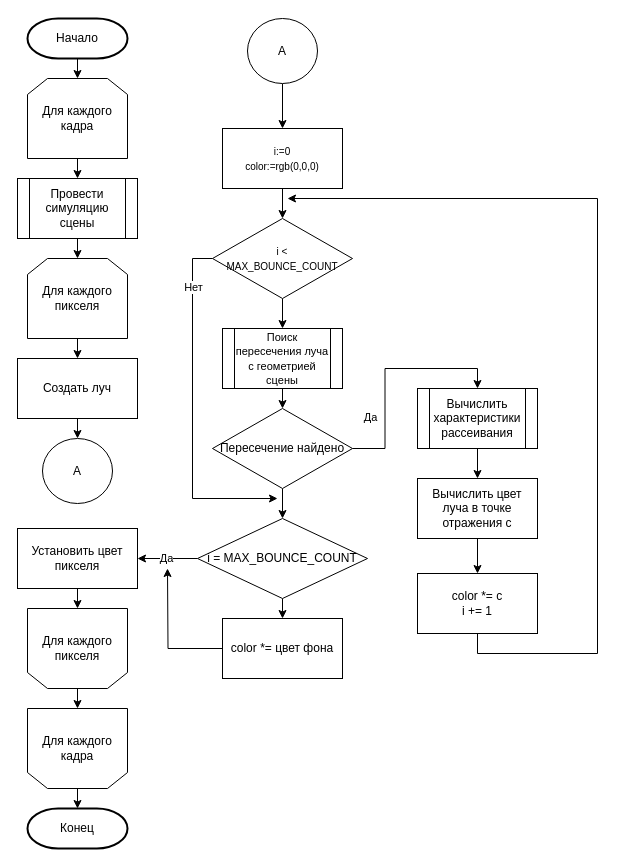
The draw.io diagram docs/inc/app.drawio in Holodome/voxel-water, before the edit. Source tidied: cells renumbered, new cells numbered last; positions are measured from the earlier drawing's top-left corner, leaving out a move shared by most shapes. Both pictures are drawn from the tidied source at 100%, with x=0, y=0 at pixel (17, 18).
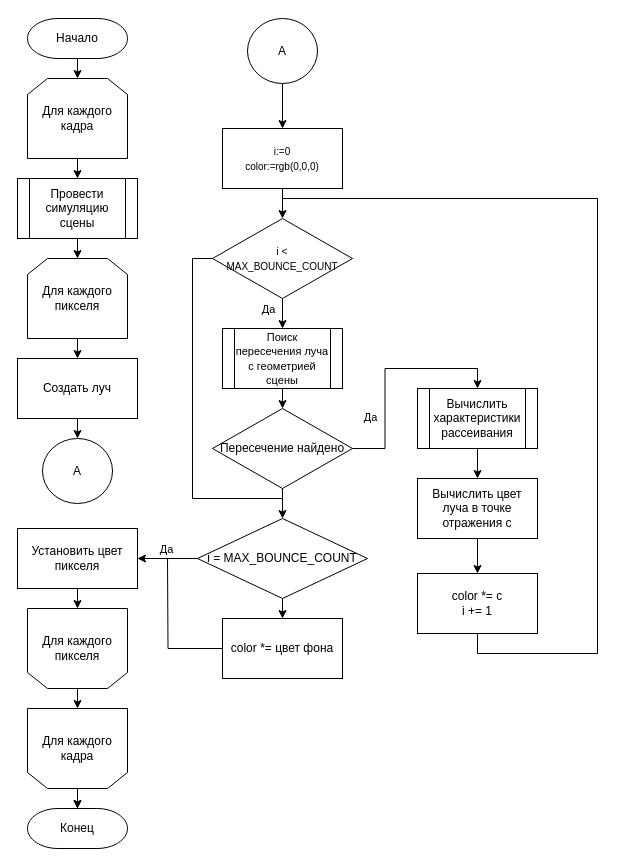
Above is the later version.

The change refers to these unchanged cells:
```xml
<mxCell id="18" value="Для каждого кадра" style="shape=loopLimit;whiteSpace=wrap;html=1;rotation=0;horizontal=1;direction=west;" parent="1" vertex="1">
  <mxGeometry x="10" y="690" width="100" height="80" as="geometry" />
</mxCell>
<mxCell id="35" value="color *= c&lt;br&gt;i += 1" style="rounded=0;whiteSpace=wrap;html=1;" parent="1" vertex="1">
  <mxGeometry x="400" y="555" width="120" height="60" as="geometry" />
</mxCell>
<mxCell id="39" value="&lt;font style=&quot;font-size: 10px;&quot;&gt;i &amp;lt; &lt;br&gt;MAX_BOUNCE_COUNT&lt;/font&gt;" style="rhombus;whiteSpace=wrap;html=1;" parent="1" vertex="1">
  <mxGeometry x="195" y="200" width="140" height="80" as="geometry" />
</mxCell>
<mxCell id="40" style="edgeStyle=orthogonalEdgeStyle;rounded=0;jettySize=auto;html=1;exitX=0;exitY=0.5;exitDx=0;exitDy=0;entryX=1;entryY=0.5;entryDx=0;entryDy=0;" parent="1" edge="1" source="43" target="14">
  <mxGeometry relative="1" as="geometry" />
</mxCell>
<mxCell id="45" value="color *= цвет фона" style="rounded=0;whiteSpace=wrap;html=1;direction=west;" parent="1" vertex="1">
  <mxGeometry x="205" y="600" width="120" height="60" as="geometry" />
</mxCell>
```

Change to the diagram source:
```diff
@@
-    <mxCell id="3" value="Начало" style="strokeWidth=2;html=1;shape=mxgraph.flowchart.terminator;whiteSpace=wrap;" parent="1" vertex="1">
+    <mxCell id="3" value="Начало" style="strokeWidth=1;html=1;shape=mxgraph.flowchart.terminator;whiteSpace=wrap;" parent="1" vertex="1">
       <mxGeometry x="10" width="100" height="40" as="geometry" />
     </mxCell>
@@
+    <mxCell id="46" style="edgeStyle=orthogonalEdgeStyle;rounded=0;jettySize=auto;html=1;" parent="1" edge="1" source="18" target="19">
+      <mxGeometry relative="1" as="geometry" />
+    </mxCell>
@@
-    <mxCell id="19" value="Конец" style="strokeWidth=2;html=1;shape=mxgraph.flowchart.terminator;whiteSpace=wrap;" parent="1" vertex="1">
+    <mxCell id="19" value="Конец" style="strokeWidth=1;html=1;shape=mxgraph.flowchart.terminator;whiteSpace=wrap;" parent="1" vertex="1">
       <mxGeometry x="10" y="790" width="100" height="40" as="geometry" />
     </mxCell>
@@
-    <mxCell id="34" style="edgeStyle=orthogonalEdgeStyle;rounded=0;jettySize=auto;html=1;exitX=0.5;exitY=1;exitDx=0;exitDy=0;" parent="1" edge="1" source="35">
+    <mxCell id="34" style="edgeStyle=orthogonalEdgeStyle;rounded=0;jettySize=auto;html=1;exitX=0.5;exitY=1;exitDx=0;exitDy=0;endArrow=none;endFill=0;" parent="1" edge="1" source="35">
       <mxGeometry relative="1" as="geometry">
-        <mxPoint x="270" y="180" as="targetPoint" />
+        <mxPoint x="265" y="180" as="targetPoint" />
         <Array as="points">
           <mxPoint x="460" y="635" />
           <mxPoint x="580" y="635" />
           <mxPoint x="580" y="180" />
         </Array>
       </mxGeometry>
     </mxCell>
@@
-    <mxCell id="37" style="edgeStyle=orthogonalEdgeStyle;rounded=0;jettySize=auto;html=1;exitX=0;exitY=0.5;exitDx=0;exitDy=0;" parent="1" edge="1" source="39">
+    <mxCell id="37" style="edgeStyle=orthogonalEdgeStyle;rounded=0;jettySize=auto;html=1;exitX=0;exitY=0.5;exitDx=0;exitDy=0;endArrow=none;endFill=0;" parent="1" edge="1" source="39">
       <mxGeometry relative="1" as="geometry">
-        <mxPoint x="260" y="480" as="targetPoint" />
+        <mxPoint x="265" y="480" as="targetPoint" />
         <Array as="points">
           <mxPoint x="175" y="240" />
           <mxPoint x="175" y="480" />
           <mxPoint x="260" y="480" />
         </Array>
       </mxGeometry>
     </mxCell>
-    <mxCell id="38" value="Нет" style="edgeLabel;html=1;align=center;verticalAlign=middle;" parent="37" vertex="1">
-      <mxGeometry x="-0.72" relative="1" as="geometry" />
+    <mxCell id="38" value="Да" style="edgeLabel;html=1;align=center;verticalAlign=middle;" parent="37" vertex="1">
+      <mxGeometry x="-0.72" relative="1" as="geometry">
+        <mxPoint x="75" y="21" as="offset" />
+      </mxGeometry>
     </mxCell>
@@
     <mxCell id="41" value="Да" style="edgeLabel;html=1;align=center;verticalAlign=middle;" parent="40" vertex="1">
-      <mxGeometry x="0.07" y="-1" relative="1" as="geometry" />
+      <mxGeometry x="0.07" y="-1" relative="1" as="geometry">
+        <mxPoint y="-9" as="offset" />
+      </mxGeometry>
     </mxCell>
@@
-    <mxCell id="44" style="edgeStyle=orthogonalEdgeStyle;rounded=0;jettySize=auto;html=1;exitX=1;exitY=0.5;exitDx=0;exitDy=0;" parent="1" edge="1" source="45">
+    <mxCell id="44" style="edgeStyle=orthogonalEdgeStyle;rounded=0;jettySize=auto;html=1;exitX=1;exitY=0.5;exitDx=0;exitDy=0;endArrow=none;endFill=0;" parent="1" edge="1" source="45">
       <mxGeometry relative="1" as="geometry">
-        <mxPoint x="150" y="550" as="targetPoint" />
+        <mxPoint x="150" y="540" as="targetPoint" />
       </mxGeometry>
     </mxCell>
```
